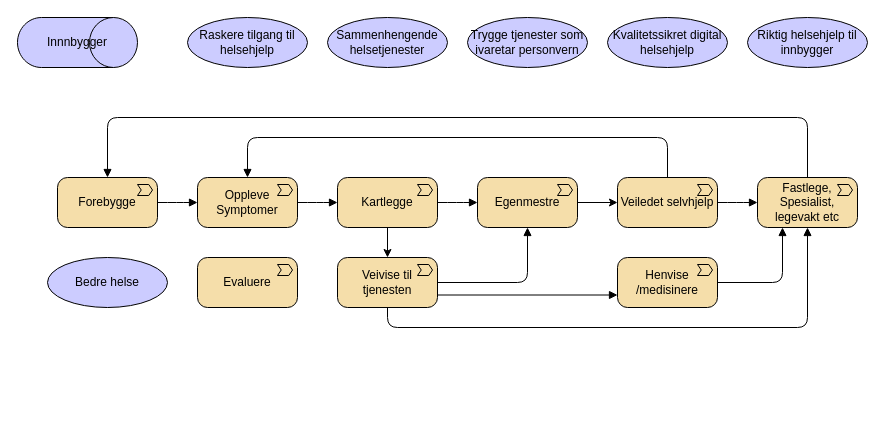
Above: page "verdikjede-pasient" (5 of 8) of docs/strategi/value-chain.drawio in hdir/Digital-Forstelinje (draw.io), before the change. Source tidied: cells renumbered, new cells numbered last; positions are measured from the earlier drawing's top-left corner, leaving out a move shared by most shapes. Both pictures are drawn from the tidied source at 100%, with x=0, y=0 at pixel (17, 17).
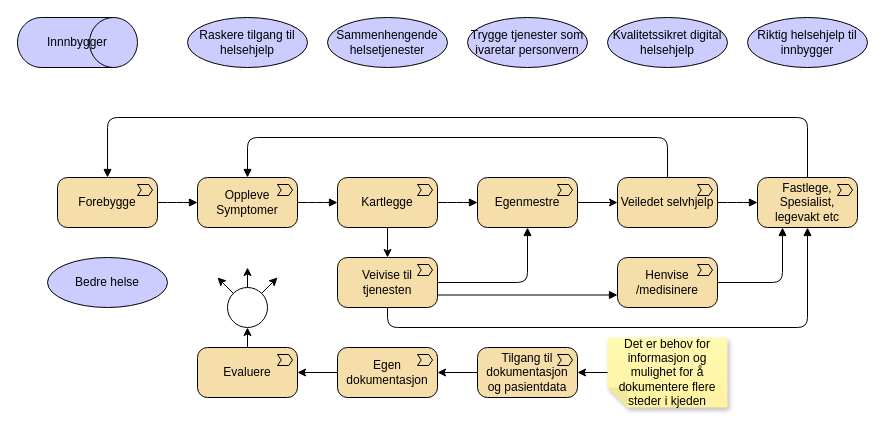
Above is the later version.

Diff of the diagram source:
```diff
@@
     <mxCell id="29" value="Evaluere" style="html=1;outlineConnect=0;whiteSpace=wrap;fillColor=#F5DEAA;shape=mxgraph.archimate3.application;appType=valueStream;archiType=rounded;" parent="1" vertex="1">
-      <mxGeometry x="180" y="240" width="100" height="50" as="geometry" />
+      <mxGeometry x="180" y="330" width="100" height="50" as="geometry" />
     </mxCell>
+    <mxCell id="30" value="Egen dokumentasjon" style="html=1;outlineConnect=0;whiteSpace=wrap;fillColor=#F5DEAA;shape=mxgraph.archimate3.application;appType=valueStream;archiType=rounded;" parent="1" vertex="1">
+      <mxGeometry x="320" y="330" width="100" height="50" as="geometry" />
+    </mxCell>
+    <mxCell id="31" value="Tilgang til dokumentasjon og pasientdata" style="html=1;outlineConnect=0;whiteSpace=wrap;fillColor=#F5DEAA;shape=mxgraph.archimate3.application;appType=valueStream;archiType=rounded;" parent="1" vertex="1">
+      <mxGeometry x="460" y="330" width="100" height="50" as="geometry" />
+    </mxCell>
+    <mxCell id="32" style="edgeStyle=none;html=1;entryX=1;entryY=0.5;entryDx=0;entryDy=0;entryPerimeter=0;" parent="1" edge="1" target="31">
+      <mxGeometry relative="1" as="geometry">
+        <mxPoint x="640" y="355" as="sourcePoint" />
+      </mxGeometry>
+    </mxCell>
+    <mxCell id="33" style="edgeStyle=none;html=1;entryX=1;entryY=0.5;entryDx=0;entryDy=0;entryPerimeter=0;exitX=0;exitY=0.5;exitDx=0;exitDy=0;exitPerimeter=0;" parent="1" edge="1" source="31" target="30">
+      <mxGeometry relative="1" as="geometry" />
+    </mxCell>
+    <mxCell id="34" style="edgeStyle=none;html=1;entryX=1;entryY=0.5;entryDx=0;entryDy=0;entryPerimeter=0;exitX=0;exitY=0.5;exitDx=0;exitDy=0;exitPerimeter=0;" parent="1" edge="1" source="30" target="29">
+      <mxGeometry relative="1" as="geometry" />
+    </mxCell>
+    <mxCell id="35" style="edgeStyle=none;html=1;exitX=0.5;exitY=0;exitDx=0;exitDy=0;exitPerimeter=0;" parent="1" edge="1" source="29">
+      <mxGeometry relative="1" as="geometry">
+        <mxPoint x="230" y="310" as="targetPoint" />
+      </mxGeometry>
+    </mxCell>
+    <mxCell id="36" value="Det er behov for informasjon og mulighet for å dokumentere flere steder i kjeden" style="shape=note;whiteSpace=wrap;html=1;backgroundOutline=1;fontColor=#000000;darkOpacity=0.05;fillColor=#FFF9B2;strokeColor=none;fillStyle=solid;direction=west;gradientDirection=north;gradientColor=#FFF2A1;shadow=1;size=20;" parent="1" vertex="1">
+      <mxGeometry x="590" y="320" width="120" height="70" as="geometry" />
+    </mxCell>
+    <mxCell id="37" style="ellipse;html=1;verticalLabelPosition=bottom;labelBackgroundColor=#ffffff;verticalAlign=top;fillColor=#ffffff;" parent="1" vertex="1">
+      <mxGeometry x="210" y="270" width="40" height="40" as="geometry" />
+    </mxCell>
+    <mxCell id="38" style="edgeStyle=none;html=1;exitX=1;exitY=0;exitDx=0;exitDy=0;" parent="1" edge="1" source="37">
+      <mxGeometry relative="1" as="geometry">
+        <mxPoint x="260" y="260" as="targetPoint" />
+      </mxGeometry>
+    </mxCell>
+    <mxCell id="39" style="edgeStyle=none;html=1;" parent="1" edge="1">
+      <mxGeometry relative="1" as="geometry">
+        <mxPoint x="230" y="270" as="sourcePoint" />
+        <mxPoint x="230" y="250" as="targetPoint" />
+      </mxGeometry>
+    </mxCell>
+    <mxCell id="40" style="edgeStyle=none;html=1;exitX=0;exitY=0;exitDx=0;exitDy=0;" parent="1" edge="1" source="37">
+      <mxGeometry relative="1" as="geometry">
+        <mxPoint x="200" y="260" as="targetPoint" />
+      </mxGeometry>
+    </mxCell>
```
